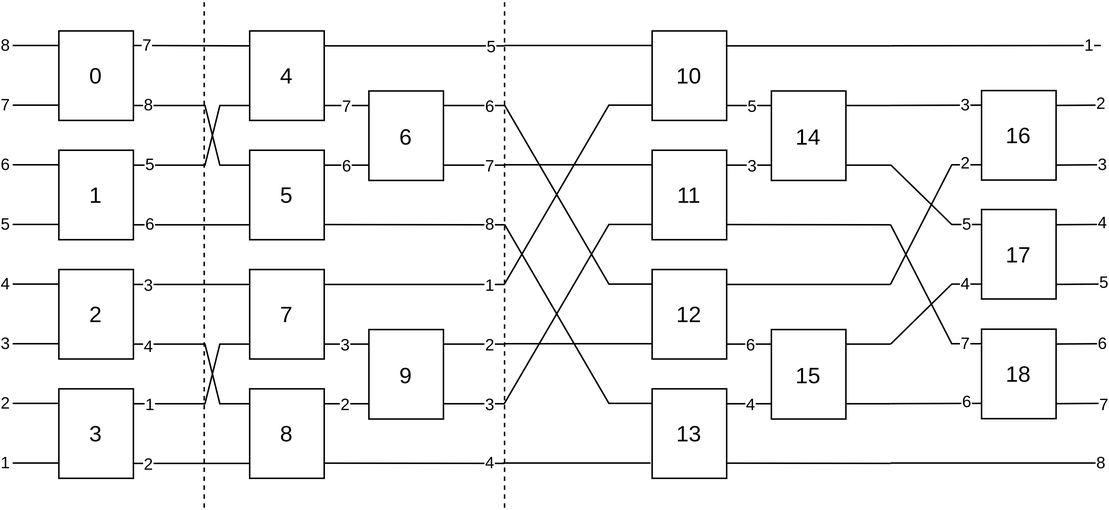
Earlier version of the draw.io export img/oems.png (xwasd00/PRL_proj1). Source tidied: cells renumbered, new cells last; positions are measured from the earlier drawing's top-left corner, leaving out a move shared by most shapes.
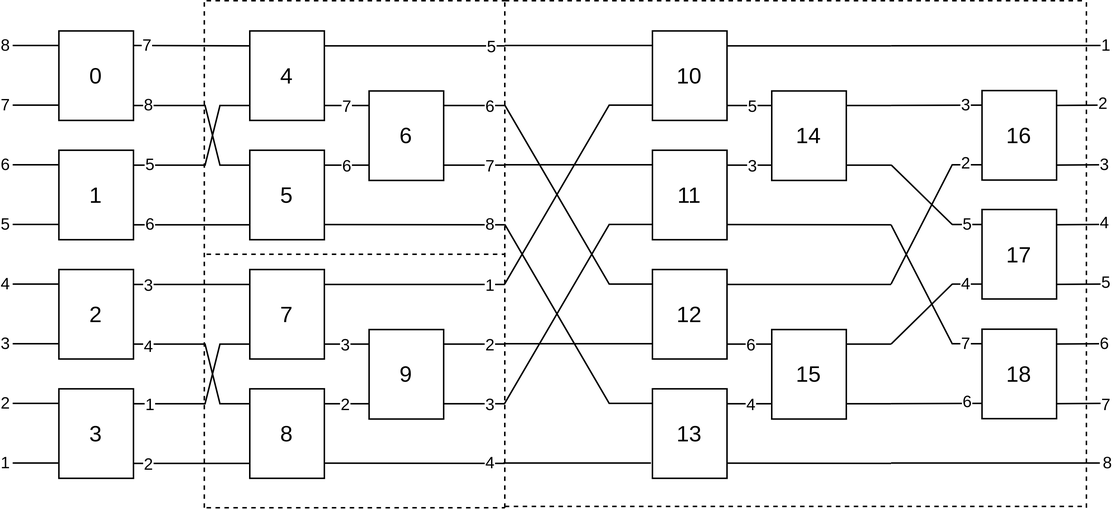
Above is the later version.

Commit message:
dopsana doku

The edit, as a diff of the source:
```diff
@@ -273,6 +273,18 @@
         <mxPoint x="3" y="-1" as="offset" />
       </mxGeometry>
     </mxCell>
+    <mxCell id="140" style="endArrow=none;dashed=1;html=1;rounded=0;" parent="8" edge="1">
+      <mxGeometry relative="1" as="geometry">
+        <mxPoint x="49" y="340" as="sourcePoint" />
+        <mxPoint x="249" y="340" as="targetPoint" />
+      </mxGeometry>
+    </mxCell>
+    <mxCell id="141" style="endArrow=none;dashed=1;html=1;rounded=0;" parent="8" edge="1">
+      <mxGeometry relative="1" as="geometry">
+        <mxPoint x="49" as="sourcePoint" />
+        <mxPoint x="249" as="targetPoint" />
+      </mxGeometry>
+    </mxCell>
     <mxCell id="59" style="group;" parent="2" vertex="1">
       <mxGeometry x="329" y="13" width="401" height="307.2" as="geometry" />
     </mxCell>
@@ -465,7 +477,9 @@
       </mxGeometry>
     </mxCell>
     <mxCell id="97" value="1" style="edgeLabel;html=1;align=center;verticalAlign=middle;" parent="96" vertex="1">
-      <mxGeometry x="0.87" relative="1" as="geometry" />
+      <mxGeometry x="0.87" relative="1" as="geometry">
+        <mxPoint x="11" as="offset" />
+      </mxGeometry>
     </mxCell>
     <mxCell id="98" style="endArrow=none;html=1;rounded=0;fontSize=15;" parent="59" edge="1">
       <mxGeometry relative="1" as="geometry">
@@ -475,7 +489,7 @@
     </mxCell>
     <mxCell id="99" value="8" style="edgeLabel;html=1;align=center;verticalAlign=middle;" parent="98" vertex="1">
       <mxGeometry relative="1" as="geometry">
-        <mxPoint x="71" as="offset" />
+        <mxPoint x="75" as="offset" />
       </mxGeometry>
     </mxCell>
     <mxCell id="100" style="endArrow=none;html=1;rounded=0;fontSize=15;" parent="59" edge="1">
@@ -564,7 +578,7 @@
     </mxCell>
     <mxCell id="113" value="2" style="edgeLabel;html=1;align=center;verticalAlign=middle;" parent="112" vertex="1">
       <mxGeometry relative="1" as="geometry">
-        <mxPoint x="14" y="-1" as="offset" />
+        <mxPoint x="15" y="-1" as="offset" />
       </mxGeometry>
     </mxCell>
     <mxCell id="114" style="endArrow=none;html=1;rounded=0;fontSize=15;" parent="59" edge="1">
@@ -575,7 +589,7 @@
     </mxCell>
     <mxCell id="115" value="3" style="edgeLabel;html=1;align=center;verticalAlign=middle;" parent="114" vertex="1">
       <mxGeometry relative="1" as="geometry">
-        <mxPoint x="15" as="offset" />
+        <mxPoint x="16" as="offset" />
       </mxGeometry>
     </mxCell>
     <mxCell id="116" style="endArrow=none;html=1;rounded=0;fontSize=15;" parent="59" edge="1">
@@ -586,7 +600,7 @@
     </mxCell>
     <mxCell id="117" value="4" style="edgeLabel;html=1;align=center;verticalAlign=middle;" parent="116" vertex="1">
       <mxGeometry relative="1" as="geometry">
-        <mxPoint x="15" y="-1" as="offset" />
+        <mxPoint x="16" y="-1" as="offset" />
       </mxGeometry>
     </mxCell>
     <mxCell id="118" style="endArrow=none;html=1;rounded=0;fontSize=15;" parent="59" edge="1">
@@ -597,7 +611,7 @@
     </mxCell>
     <mxCell id="119" value="5" style="edgeLabel;html=1;align=center;verticalAlign=middle;" parent="118" vertex="1">
       <mxGeometry relative="1" as="geometry">
-        <mxPoint x="16" y="-1" as="offset" />
+        <mxPoint x="17" y="-1" as="offset" />
       </mxGeometry>
     </mxCell>
     <mxCell id="120" style="endArrow=none;html=1;rounded=0;fontSize=15;" parent="59" edge="1">
@@ -608,7 +622,7 @@
     </mxCell>
     <mxCell id="121" value="6" style="edgeLabel;html=1;align=center;verticalAlign=middle;" parent="120" vertex="1">
       <mxGeometry relative="1" as="geometry">
-        <mxPoint x="15" as="offset" />
+        <mxPoint x="16" as="offset" />
       </mxGeometry>
     </mxCell>
     <mxCell id="122" style="endArrow=none;html=1;rounded=0;fontSize=15;" parent="59" edge="1">
@@ -619,7 +633,7 @@
     </mxCell>
     <mxCell id="123" value="7" style="edgeLabel;html=1;align=center;verticalAlign=middle;" parent="122" vertex="1">
       <mxGeometry relative="1" as="geometry">
-        <mxPoint x="16" y="1" as="offset" />
+        <mxPoint x="17" y="1" as="offset" />
       </mxGeometry>
     </mxCell>
     <mxCell id="124" style="endArrow=none;html=1;rounded=0;fontSize=15;" parent="2" edge="1">
@@ -698,5 +712,29 @@
     <mxCell id="139" value="1" style="edgeLabel;html=1;align=center;verticalAlign=middle;" parent="2" vertex="1">
       <mxGeometry x="-5" y="310" as="geometry" />
     </mxCell>
+    <mxCell id="142" style="endArrow=none;dashed=1;html=1;rounded=0;" parent="2" edge="1">
+      <mxGeometry relative="1" as="geometry">
+        <mxPoint x="330" y="339.1" as="sourcePoint" />
+        <mxPoint x="720" y="339.1" as="targetPoint" />
+      </mxGeometry>
+    </mxCell>
+    <mxCell id="143" style="endArrow=none;dashed=1;html=1;rounded=0;" parent="1" edge="1">
+      <mxGeometry relative="1" as="geometry">
+        <mxPoint x="135" y="170" as="sourcePoint" />
+        <mxPoint x="335" y="170" as="targetPoint" />
+      </mxGeometry>
+    </mxCell>
+    <mxCell id="144" style="endArrow=none;dashed=1;html=1;rounded=0;" parent="1" edge="1">
+      <mxGeometry relative="1" as="geometry">
+        <mxPoint x="335" as="sourcePoint" />
+        <mxPoint x="725" as="targetPoint" />
+      </mxGeometry>
+    </mxCell>
+    <mxCell id="145" style="endArrow=none;dashed=1;html=1;rounded=0;" parent="1" edge="1">
+      <mxGeometry relative="1" as="geometry">
+        <mxPoint x="725" y="340" as="sourcePoint" />
+        <mxPoint x="725" as="targetPoint" />
+      </mxGeometry>
+    </mxCell>
   </root>
 </mxGraphModel>
```
